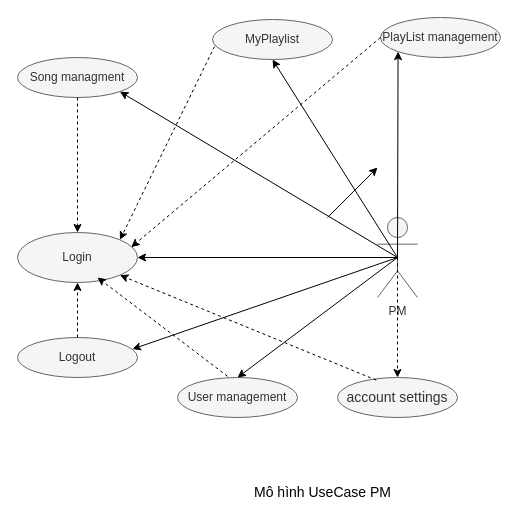
This is src/diagram/pm.drawio from Sonnm90/MD3_JAVA_MUSICWEB, a draw.io file, before an edit. Source tidied: cells renumbered, new cells numbered last; positions are measured from the earlier drawing's top-left corner, leaving out a move shared by most shapes. Both pictures are drawn from the tidied source at 100%, with x=0, y=0 at pixel (17, 17).
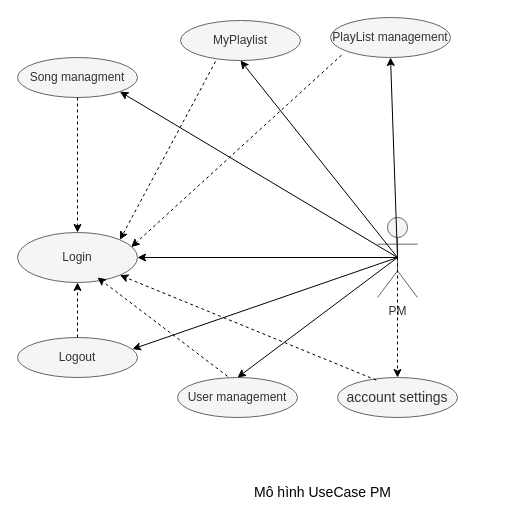
The same page after the edit.

Unchanged cells that the change refers to:
```xml
<mxCell id="2" value="PM" style="shape=umlActor;verticalLabelPosition=bottom;verticalAlign=top;html=1;outlineConnect=0;fillColor=#f5f5f5;fontColor=#333333;strokeColor=#666666;" parent="1" vertex="1">
  <mxGeometry x="360" y="200" width="40" height="80" as="geometry" />
</mxCell>
<mxCell id="4" value="Login" style="ellipse;whiteSpace=wrap;html=1;fillColor=#f5f5f5;fontColor=#333333;strokeColor=#666666;" parent="1" vertex="1">
  <mxGeometry y="215" width="120" height="50" as="geometry" />
</mxCell>
```

Change to the diagram source:
```diff
@@
     <mxCell id="5" value="PlayList management" style="ellipse;whiteSpace=wrap;html=1;fillColor=#f5f5f5;fontColor=#333333;strokeColor=#666666;" parent="1" vertex="1">
-      <mxGeometry x="363" width="120" height="40" as="geometry" />
+      <mxGeometry x="313" width="120" height="40" as="geometry" />
     </mxCell>
     <mxCell id="6" value="MyPlaylist" style="ellipse;whiteSpace=wrap;html=1;fillColor=#f5f5f5;fontColor=#333333;strokeColor=#666666;" parent="1" vertex="1">
-      <mxGeometry x="195" y="2" width="120" height="40" as="geometry" />
+      <mxGeometry x="163" y="3" width="120" height="40" as="geometry" />
     </mxCell>
@@
-    <mxCell id="10" style="endArrow=classic;html=1;rounded=0;" parent="1" edge="1">
-      <mxGeometry relative="1" as="geometry">
-        <mxPoint x="310" y="200" as="sourcePoint" />
-        <mxPoint x="360" y="150" as="targetPoint" />
-      </mxGeometry>
-    </mxCell>
@@
-    <mxCell id="13" style="endArrow=classic;html=1;rounded=0;strokeColor=#000000;exitX=0.5;exitY=0.5;exitDx=0;exitDy=0;exitPerimeter=0;entryX=0;entryY=1;entryDx=0;entryDy=0;" parent="1" edge="1" source="2" target="5">
+    <mxCell id="13" style="endArrow=classic;html=1;rounded=0;strokeColor=#000000;exitX=0.5;exitY=0.5;exitDx=0;exitDy=0;exitPerimeter=0;entryX=0.5;entryY=1;entryDx=0;entryDy=0;" parent="1" edge="1" source="2" target="5">
       <mxGeometry relative="1" as="geometry" />
     </mxCell>
@@
-    <mxCell id="19" style="endArrow=classic;html=1;rounded=0;dashed=1;strokeColor=#000000;exitX=0.017;exitY=0.675;exitDx=0;exitDy=0;exitPerimeter=0;entryX=1;entryY=0;entryDx=0;entryDy=0;" parent="1" edge="1" source="6" target="4">
-      <mxGeometry relative="1" as="geometry" />
+    <mxCell id="19" style="endArrow=classic;html=1;rounded=0;dashed=1;strokeColor=#000000;entryX=1;entryY=0;entryDx=0;entryDy=0;" parent="1" edge="1" target="4">
+      <mxGeometry relative="1" as="geometry">
+        <mxPoint x="198" y="44" as="sourcePoint" />
+      </mxGeometry>
     </mxCell>
@@
-    <mxCell id="21" style="endArrow=classic;html=1;rounded=0;dashed=1;strokeColor=#000000;exitX=0;exitY=0.5;exitDx=0;exitDy=0;entryX=0.948;entryY=0.292;entryDx=0;entryDy=0;entryPerimeter=0;" parent="1" edge="1" source="5" target="4">
+    <mxCell id="21" style="endArrow=classic;html=1;rounded=0;dashed=1;strokeColor=#000000;exitX=0.092;exitY=0.94;exitDx=0;exitDy=0;entryX=0.948;entryY=0.292;entryDx=0;entryDy=0;entryPerimeter=0;exitPerimeter=0;" parent="1" edge="1" source="5" target="4">
       <mxGeometry relative="1" as="geometry" />
     </mxCell>
```
